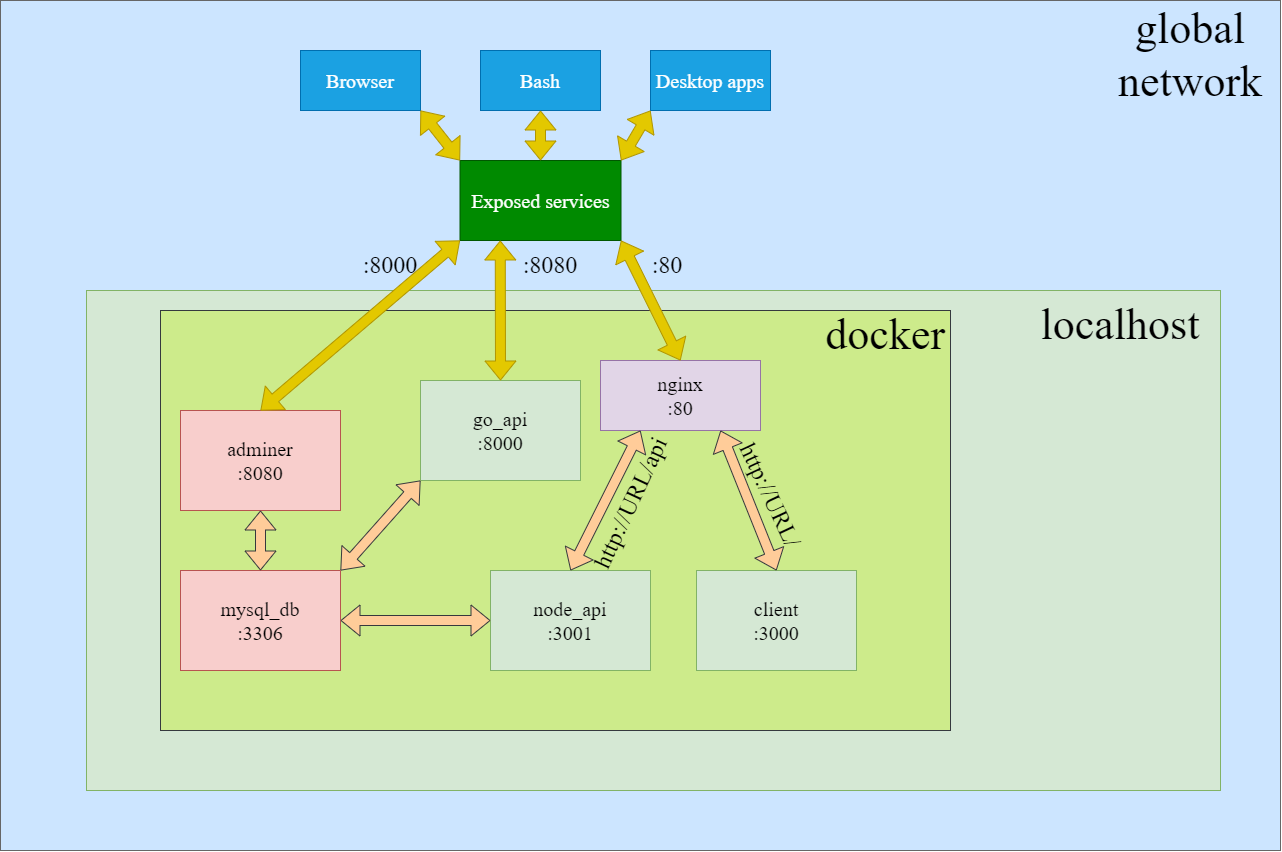
RomaZherko21/NoName keeps this draw.io diagram as diagrams/docker-services.png. Above is the earlier version. Source tidied: cells renumbered, new cells last; positions are measured from the earlier drawing's top-left corner, leaving out a move shared by most shapes.
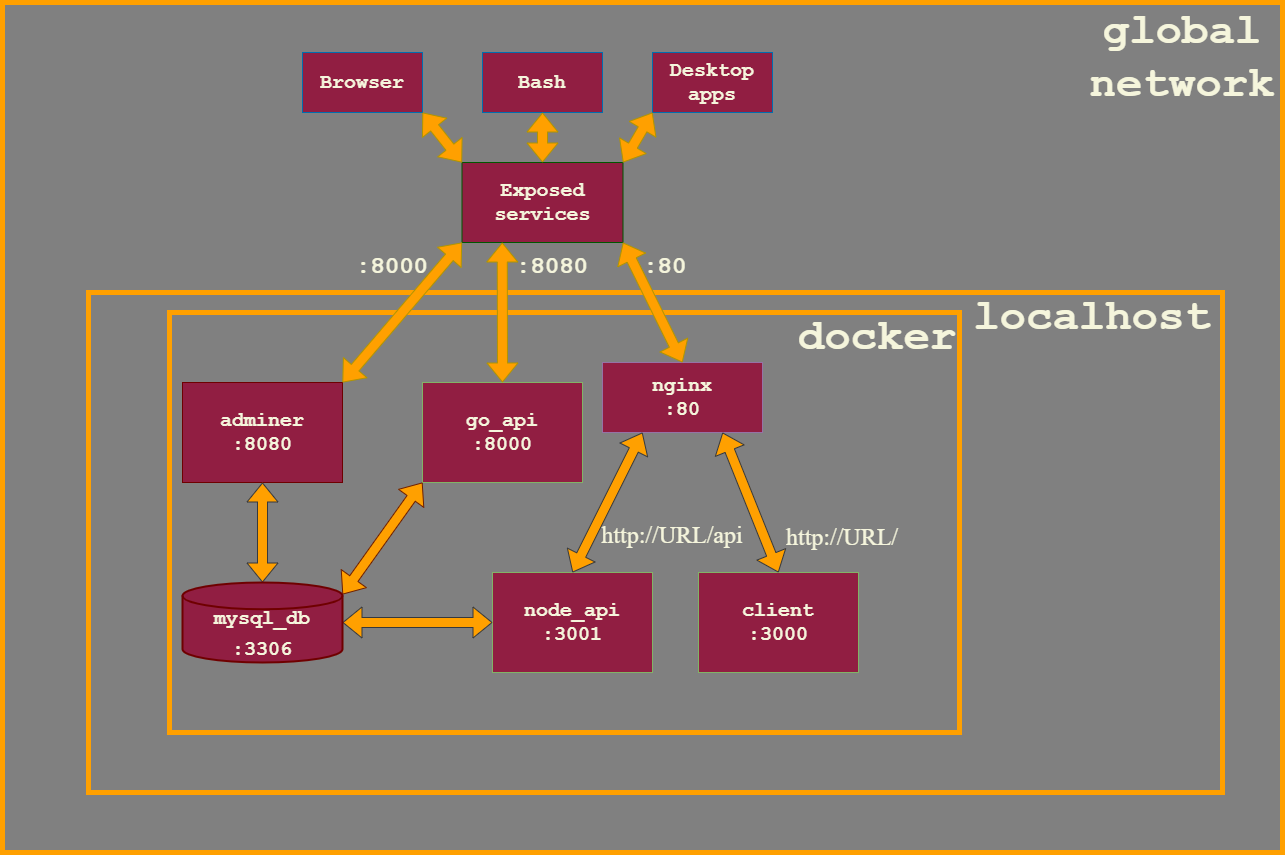
The same diagram one commit later.

What changed in the source:
```diff
@@ -4,3 +4,3 @@
     <mxCell id="1" parent="0" />
-    <mxCell id="2" style="rounded=0;whiteSpace=wrap;html=1;labelBackgroundColor=none;strokeColor=#666666;fontSize=20;fillColor=#CCE5FF;fontFamily=Times New Roman;fontColor=#333333;" parent="1" vertex="1">
+    <mxCell id="2" style="rounded=0;whiteSpace=wrap;html=1;labelBackgroundColor=none;strokeColor=#FFA000;fontSize=20;fillColor=#808080;fontFamily=Times New Roman;fontColor=#333333;strokeWidth=5;" parent="1" vertex="1">
       <mxGeometry width="1280" height="850" as="geometry" />
@@ -10,98 +10,100 @@
     </mxCell>
-    <mxCell id="4" style="rounded=0;whiteSpace=wrap;html=1;labelBackgroundColor=none;fontSize=20;fontFamily=Times New Roman;fillColor=#d5e8d4;strokeColor=#82b366;" parent="3" vertex="1">
+    <mxCell id="4" style="rounded=0;whiteSpace=wrap;html=1;labelBackgroundColor=none;fontSize=20;fontFamily=Times New Roman;fillColor=#808080;strokeColor=#FFA000;strokeWidth=5;" parent="3" vertex="1">
       <mxGeometry x="-74" y="-20" width="1134" height="500" as="geometry" />
     </mxCell>
-    <mxCell id="5" style="rounded=0;whiteSpace=wrap;html=1;fontFamily=Times New Roman;fillColor=#cdeb8b;strokeColor=#36393d;" parent="3" vertex="1">
-      <mxGeometry width="790" height="420" as="geometry" />
+    <mxCell id="5" style="rounded=0;whiteSpace=wrap;html=1;fontFamily=Times New Roman;fillColor=#808080;strokeColor=#FFA000;strokeWidth=5;" parent="3" vertex="1">
+      <mxGeometry x="7" width="790" height="420" as="geometry" />
     </mxCell>
-    <mxCell id="6" value="mysql_db&lt;br&gt;:3306" style="rounded=0;whiteSpace=wrap;html=1;fontSize=20;fillColor=#f8cecc;strokeColor=#b85450;fontFamily=Times New Roman;" parent="3" vertex="1">
-      <mxGeometry x="20" y="260" width="160" height="100" as="geometry" />
-    </mxCell>
-    <mxCell id="7" value="nginx&lt;br&gt;:80" style="rounded=0;whiteSpace=wrap;html=1;fontSize=20;fillColor=#e1d5e7;strokeColor=#9673a6;fontFamily=Times New Roman;" parent="3" vertex="1">
+    <mxCell id="7" value="nginx&lt;br&gt;:80" style="rounded=0;whiteSpace=wrap;html=1;fontSize=20;fillColor=#911E42;strokeColor=#9673a6;fontFamily=Courier New;align=center;fontStyle=1;verticalAlign=middle;fontColor=#F5F5DC;" parent="3" vertex="1">
       <mxGeometry x="440" y="50" width="160" height="70" as="geometry" />
     </mxCell>
-    <mxCell id="8" value="go_api&lt;br&gt;:8000" style="rounded=0;whiteSpace=wrap;html=1;fontSize=20;fillColor=#d5e8d4;strokeColor=#82b366;fontFamily=Times New Roman;" parent="3" vertex="1">
+    <mxCell id="8" value="go_api&lt;br&gt;:8000" style="rounded=0;whiteSpace=wrap;html=1;fontSize=20;fillColor=#911E42;strokeColor=#82b366;fontFamily=Courier New;align=center;fontStyle=1;verticalAlign=middle;fontColor=#F5F5DC;" parent="3" vertex="1">
       <mxGeometry x="260" y="70" width="160" height="100" as="geometry" />
     </mxCell>
-    <mxCell id="9" value="node_api&lt;br&gt;:3001" style="rounded=0;whiteSpace=wrap;html=1;fontSize=20;fillColor=#d5e8d4;strokeColor=#82b366;fontFamily=Times New Roman;" parent="3" vertex="1">
+    <mxCell id="9" value="node_api&lt;br&gt;:3001" style="rounded=0;whiteSpace=wrap;html=1;fontSize=20;fillColor=#911E42;strokeColor=#82b366;fontFamily=Courier New;align=center;fontStyle=1;verticalAlign=middle;fontColor=#F5F5DC;" parent="3" vertex="1">
       <mxGeometry x="330" y="260" width="160" height="100" as="geometry" />
     </mxCell>
-    <mxCell id="10" value="client&lt;br&gt;:3000" style="rounded=0;whiteSpace=wrap;html=1;fontSize=20;fillColor=#d5e8d4;strokeColor=#82b366;fontFamily=Times New Roman;" parent="3" vertex="1">
+    <mxCell id="10" value="client&lt;br&gt;:3000" style="rounded=0;whiteSpace=wrap;html=1;fontSize=20;fillColor=#911E42;strokeColor=#82b366;fontFamily=Courier New;align=center;fontStyle=1;verticalAlign=middle;fontColor=#F5F5DC;" parent="3" vertex="1">
       <mxGeometry x="536" y="260" width="160" height="100" as="geometry" />
     </mxCell>
-    <mxCell id="11" value="&lt;p&gt;&lt;font style=&quot;font-size: 24px;&quot;&gt;http://URL/api&lt;/font&gt;&lt;/p&gt;" style="text;html=1;strokeColor=none;fillColor=none;align=center;verticalAlign=middle;whiteSpace=wrap;rounded=0;labelBackgroundColor=none;fontSize=20;fontFamily=Times New Roman;rotation=-65;" parent="3" vertex="1">
-      <mxGeometry x="430" y="170" width="80" height="45" as="geometry" />
+    <mxCell id="11" value="&lt;p&gt;&lt;font style=&quot;font-size: 24px;&quot;&gt;http://URL/api&lt;/font&gt;&lt;/p&gt;" style="text;html=1;strokeColor=none;fillColor=none;align=center;verticalAlign=middle;whiteSpace=wrap;rounded=0;labelBackgroundColor=none;fontSize=20;fontFamily=Times New Roman;rotation=0;fontColor=#F5F5DC;" parent="3" vertex="1">
+      <mxGeometry x="470" y="200" width="80" height="45" as="geometry" />
     </mxCell>
-    <mxCell id="12" value="&lt;p&gt;&lt;font style=&quot;font-size: 24px;&quot;&gt;http://URL/&lt;/font&gt;&lt;/p&gt;" style="text;html=1;strokeColor=none;fillColor=none;align=center;verticalAlign=middle;whiteSpace=wrap;rounded=0;labelBackgroundColor=none;fontSize=20;fontFamily=Times New Roman;rotation=65;" parent="3" vertex="1">
-      <mxGeometry x="580" y="160" width="60" height="50" as="geometry" />
+    <mxCell id="12" value="&lt;p&gt;&lt;font style=&quot;font-size: 24px;&quot;&gt;http://URL/&lt;/font&gt;&lt;/p&gt;" style="text;html=1;strokeColor=none;fillColor=none;align=center;verticalAlign=middle;whiteSpace=wrap;rounded=0;labelBackgroundColor=none;fontSize=20;fontFamily=Times New Roman;rotation=0;fontColor=#F5F5DC;" parent="3" vertex="1">
+      <mxGeometry x="650" y="200" width="60" height="50" as="geometry" />
     </mxCell>
-    <mxCell id="13" value="&lt;span style=&quot;font-size: 44px;&quot;&gt;&lt;font&gt;localhost&lt;/font&gt;&lt;/span&gt;" style="text;html=1;strokeColor=none;fillColor=none;align=center;verticalAlign=middle;whiteSpace=wrap;rounded=0;labelBackgroundColor=none;fontSize=20;fontFamily=Times New Roman;" parent="3" vertex="1">
-      <mxGeometry x="930" width="60" height="30" as="geometry" />
-    </mxCell>
-    <mxCell id="14" value="&lt;font style=&quot;font-size: 44px;&quot;&gt;docker&lt;/font&gt;" style="text;html=1;strokeColor=none;fillColor=none;align=center;verticalAlign=middle;whiteSpace=wrap;rounded=0;fontFamily=Times New Roman;" parent="3" vertex="1">
-      <mxGeometry x="680" y="10" width="90" height="30" as="geometry" />
+    <mxCell id="14" value="&lt;font style=&quot;font-size: 44px;&quot;&gt;docker&lt;/font&gt;" style="text;html=1;strokeColor=none;fillColor=none;align=center;verticalAlign=middle;whiteSpace=wrap;rounded=0;fontFamily=Courier New;fontColor=#F5F5DC;fontStyle=1;" parent="3" vertex="1">
+      <mxGeometry x="670" y="10" width="90" height="30" as="geometry" />
     </mxCell>
-    <mxCell id="15" style="shape=flexArrow;endArrow=classic;startArrow=classic;html=1;rounded=0;fontFamily=Times New Roman;fontSize=44;entryX=0.75;entryY=1;entryDx=0;entryDy=0;exitX=0.5;exitY=0;exitDx=0;exitDy=0;fillColor=#ffcc99;strokeColor=#36393d;" parent="3" edge="1" source="10" target="7">
+    <mxCell id="15" style="shape=flexArrow;endArrow=classic;startArrow=classic;html=1;rounded=0;fontFamily=Times New Roman;fontSize=44;entryX=0.75;entryY=1;entryDx=0;entryDy=0;exitX=0.5;exitY=0;exitDx=0;exitDy=0;fillColor=#FFA000;strokeColor=#36393d;" parent="3" edge="1" source="10" target="7">
       <mxGeometry relative="1" as="geometry" />
     </mxCell>
-    <mxCell id="16" style="shape=flexArrow;endArrow=classic;startArrow=classic;html=1;rounded=0;fontFamily=Times New Roman;fontSize=44;entryX=0.25;entryY=1;entryDx=0;entryDy=0;exitX=0.5;exitY=0;exitDx=0;exitDy=0;fillColor=#ffcc99;strokeColor=#36393d;" parent="3" edge="1" source="9" target="7">
+    <mxCell id="16" style="shape=flexArrow;endArrow=classic;startArrow=classic;html=1;rounded=0;fontFamily=Times New Roman;fontSize=44;entryX=0.25;entryY=1;entryDx=0;entryDy=0;exitX=0.5;exitY=0;exitDx=0;exitDy=0;fillColor=#FFA000;strokeColor=#36393d;" parent="3" edge="1" source="9" target="7">
       <mxGeometry relative="1" as="geometry" />
     </mxCell>
-    <mxCell id="17" style="shape=flexArrow;endArrow=classic;startArrow=classic;html=1;rounded=0;fontFamily=Times New Roman;fontSize=44;entryX=0;entryY=0.5;entryDx=0;entryDy=0;exitX=1;exitY=0.5;exitDx=0;exitDy=0;fillColor=#ffcc99;strokeColor=#36393d;" parent="3" edge="1" source="6" target="9">
+    <mxCell id="17" style="shape=flexArrow;endArrow=classic;startArrow=classic;html=1;rounded=0;fontFamily=Times New Roman;fontSize=44;entryX=0;entryY=0.5;entryDx=0;entryDy=0;exitX=1;exitY=0.5;exitDx=0;exitDy=0;fillColor=#FFA000;strokeColor=#36393d;exitPerimeter=0;" parent="3" edge="1" source="6" target="9">
       <mxGeometry relative="1" as="geometry" />
     </mxCell>
-    <mxCell id="18" style="shape=flexArrow;endArrow=classic;startArrow=classic;html=1;rounded=0;fontFamily=Times New Roman;fontSize=44;entryX=0;entryY=1;entryDx=0;entryDy=0;exitX=1;exitY=0;exitDx=0;exitDy=0;fillColor=#ffcc99;strokeColor=#36393d;" parent="3" edge="1" source="6" target="8">
+    <mxCell id="18" style="shape=flexArrow;endArrow=classic;startArrow=classic;html=1;rounded=0;fontFamily=Times New Roman;fontSize=44;entryX=0;entryY=1;entryDx=0;entryDy=0;exitX=1;exitY=0.15;exitDx=0;exitDy=0;fillColor=#FFA000;strokeColor=#6D1F00;exitPerimeter=0;" parent="3" edge="1" source="6" target="8">
       <mxGeometry relative="1" as="geometry" />
     </mxCell>
-    <mxCell id="19" style="edgeStyle=orthogonalEdgeStyle;rounded=0;jettySize=auto;html=1;fontFamily=Times New Roman;fontSize=44;" parent="3" edge="1" source="20" target="6">
-      <mxGeometry relative="1" as="geometry" />
+    <mxCell id="19" style="edgeStyle=orthogonalEdgeStyle;rounded=0;jettySize=auto;html=1;fontFamily=Times New Roman;fontSize=44;" parent="3" edge="1" source="20">
+      <mxGeometry relative="1" as="geometry">
+        <mxPoint x="100" y="260" as="targetPoint" />
+      </mxGeometry>
     </mxCell>
-    <mxCell id="20" value="adminer&lt;br&gt;:8080" style="rounded=0;whiteSpace=wrap;html=1;fontSize=20;fillColor=#f8cecc;strokeColor=#b85450;align=center;fontFamily=Times New Roman;" parent="3" vertex="1">
-      <mxGeometry x="20" y="100" width="160" height="100" as="geometry" />
+    <mxCell id="20" value="adminer&lt;br&gt;:8080" style="rounded=0;whiteSpace=wrap;html=1;fontSize=20;fillColor=#911E42;strokeColor=#6F0000;align=center;fontFamily=Courier New;fontColor=#F5F5DC;fontStyle=1;verticalAlign=middle;" parent="3" vertex="1">
+      <mxGeometry x="20" y="70" width="160" height="100" as="geometry" />
     </mxCell>
-    <mxCell id="21" style="shape=flexArrow;endArrow=classic;startArrow=classic;html=1;rounded=0;fontFamily=Times New Roman;fontSize=44;exitX=0.5;exitY=0;exitDx=0;exitDy=0;fillColor=#ffcc99;strokeColor=#36393d;entryX=0.5;entryY=1;entryDx=0;entryDy=0;" parent="3" edge="1" source="6" target="20">
+    <mxCell id="21" style="shape=flexArrow;endArrow=classic;startArrow=classic;html=1;rounded=0;fontFamily=Times New Roman;fontSize=44;exitX=0.5;exitY=0;exitDx=0;exitDy=0;fillColor=#FFA000;strokeColor=#36393d;entryX=0.5;entryY=1;entryDx=0;entryDy=0;exitPerimeter=0;" parent="3" edge="1" source="6" target="20">
       <mxGeometry relative="1" as="geometry" />
     </mxCell>
+    <mxCell id="6" value="&lt;span style=&quot;font-size: 20px;&quot;&gt;&lt;br&gt;mysql_db&lt;/span&gt;&lt;br style=&quot;font-size: 20px;&quot;&gt;&lt;span style=&quot;font-size: 20px;&quot;&gt;:3306&lt;/span&gt;" style="strokeWidth=2;html=1;shape=mxgraph.flowchart.database;whiteSpace=wrap;fillColor=#911E42;strokeColor=#6F0000;fontColor=#F5F5DC;align=center;fontStyle=1;verticalAlign=middle;fontFamily=Courier New;" parent="3" vertex="1">
+      <mxGeometry x="20" y="270" width="160" height="80" as="geometry" />
+    </mxCell>
-    <mxCell id="22" value="Browser" style="rounded=0;whiteSpace=wrap;html=1;fontSize=20;fillColor=#1ba1e2;fontColor=#ffffff;strokeColor=#006EAF;fontFamily=Times New Roman;" parent="1" vertex="1">
+    <mxCell id="22" value="Browser" style="rounded=0;whiteSpace=wrap;html=1;fontSize=20;fillColor=#911E42;fontColor=#F5F5DC;strokeColor=#006EAF;fontFamily=Courier New;fontStyle=1;" parent="1" vertex="1">
       <mxGeometry x="300" y="50" width="120" height="60" as="geometry" />
     </mxCell>
-    <mxCell id="23" value="Bash" style="rounded=0;whiteSpace=wrap;html=1;fontSize=20;fillColor=#1ba1e2;fontColor=#ffffff;strokeColor=#006EAF;fontFamily=Times New Roman;" parent="1" vertex="1">
+    <mxCell id="23" value="Bash" style="rounded=0;whiteSpace=wrap;html=1;fontSize=20;fillColor=#911E42;fontColor=#F5F5DC;strokeColor=#006EAF;fontFamily=Courier New;fontStyle=1;" parent="1" vertex="1">
       <mxGeometry x="480" y="50" width="120" height="60" as="geometry" />
     </mxCell>
-    <mxCell id="24" value="Desktop apps" style="rounded=0;whiteSpace=wrap;html=1;fontSize=20;fillColor=#1ba1e2;fontColor=#ffffff;strokeColor=#006EAF;fontFamily=Times New Roman;" parent="1" vertex="1">
+    <mxCell id="24" value="Desktop apps" style="rounded=0;whiteSpace=wrap;html=1;fontSize=20;fillColor=#911E42;fontColor=#F5F5DC;strokeColor=#006EAF;fontFamily=Courier New;fontStyle=1;" parent="1" vertex="1">
       <mxGeometry x="650" y="50" width="120" height="60" as="geometry" />
     </mxCell>
-    <mxCell id="25" value="Exposed services" style="rounded=0;whiteSpace=wrap;html=1;fontSize=20;fillColor=#008a00;fontColor=#ffffff;strokeColor=#005700;fontFamily=Times New Roman;" parent="1" vertex="1">
+    <mxCell id="25" value="Exposed services" style="rounded=0;whiteSpace=wrap;html=1;fontSize=20;fillColor=#911E42;fontColor=#F5F5DC;strokeColor=#005700;fontFamily=Courier New;fontStyle=1;" parent="1" vertex="1">
       <mxGeometry x="459.5" y="160" width="161" height="80" as="geometry" />
     </mxCell>
-    <mxCell id="26" style="shape=flexArrow;endArrow=classic;startArrow=classic;html=1;rounded=0;fontSize=20;fillColor=#e3c800;strokeColor=#B09500;exitX=1;exitY=0;exitDx=0;exitDy=0;fontFamily=Times New Roman;entryX=0;entryY=1;entryDx=0;entryDy=0;" parent="1" edge="1" source="25" target="24">
+    <mxCell id="26" style="shape=flexArrow;endArrow=classic;startArrow=classic;html=1;rounded=0;fontSize=20;fillColor=#FFA000;strokeColor=#B09500;exitX=1;exitY=0;exitDx=0;exitDy=0;fontFamily=Times New Roman;entryX=0;entryY=1;entryDx=0;entryDy=0;" parent="1" edge="1" source="25" target="24">
       <mxGeometry relative="1" as="geometry" />
     </mxCell>
-    <mxCell id="27" style="shape=flexArrow;endArrow=classic;startArrow=classic;html=1;rounded=0;fontSize=20;fillColor=#e3c800;strokeColor=#B09500;exitX=0.5;exitY=0;exitDx=0;exitDy=0;fontFamily=Times New Roman;entryX=0.5;entryY=1;entryDx=0;entryDy=0;" parent="1" edge="1" source="25" target="23">
+    <mxCell id="27" style="shape=flexArrow;endArrow=classic;startArrow=classic;html=1;rounded=0;fontSize=20;fillColor=#FFA000;strokeColor=#B09500;exitX=0.5;exitY=0;exitDx=0;exitDy=0;fontFamily=Times New Roman;entryX=0.5;entryY=1;entryDx=0;entryDy=0;" parent="1" edge="1" source="25" target="23">
       <mxGeometry relative="1" as="geometry" />
     </mxCell>
-    <mxCell id="28" style="shape=flexArrow;endArrow=classic;startArrow=classic;html=1;rounded=0;fontSize=20;fillColor=#e3c800;strokeColor=#B09500;fontFamily=Times New Roman;exitX=0;exitY=0;exitDx=0;exitDy=0;entryX=1;entryY=1;entryDx=0;entryDy=0;" parent="1" edge="1" source="25" target="22">
+    <mxCell id="28" style="shape=flexArrow;endArrow=classic;startArrow=classic;html=1;rounded=0;fontSize=20;fillColor=#FFA000;strokeColor=#B09500;fontFamily=Times New Roman;exitX=0;exitY=0;exitDx=0;exitDy=0;entryX=1;entryY=1;entryDx=0;entryDy=0;" parent="1" edge="1" source="25" target="22">
       <mxGeometry relative="1" as="geometry" />
     </mxCell>
-    <mxCell id="29" value="&lt;font style=&quot;font-size: 24px;&quot;&gt;:8000&lt;/font&gt;" style="text;html=1;strokeColor=none;fillColor=none;align=center;verticalAlign=middle;whiteSpace=wrap;rounded=0;labelBackgroundColor=none;fontSize=20;fontColor=#000000;fontFamily=Times New Roman;rotation=0;" parent="1" vertex="1">
+    <mxCell id="29" value="&lt;font style=&quot;font-size: 24px;&quot;&gt;:8000&lt;/font&gt;" style="text;html=1;strokeColor=none;fillColor=none;align=center;verticalAlign=middle;whiteSpace=wrap;rounded=0;labelBackgroundColor=none;fontSize=20;fontColor=#F5F5DC;fontFamily=Courier New;rotation=0;fontStyle=1;" parent="1" vertex="1">
       <mxGeometry x="360" y="250" width="60" height="30" as="geometry" />
     </mxCell>
-    <mxCell id="30" value="&lt;font style=&quot;font-size: 24px;&quot;&gt;:8080&lt;/font&gt;" style="text;html=1;strokeColor=none;fillColor=none;align=center;verticalAlign=middle;whiteSpace=wrap;rounded=0;labelBackgroundColor=none;fontSize=20;fontColor=#000000;fontFamily=Times New Roman;rotation=0;" parent="1" vertex="1">
+    <mxCell id="30" value="&lt;font style=&quot;font-size: 24px;&quot;&gt;:8080&lt;/font&gt;" style="text;html=1;strokeColor=none;fillColor=none;align=center;verticalAlign=middle;whiteSpace=wrap;rounded=0;labelBackgroundColor=none;fontSize=20;fontColor=#F5F5DC;fontFamily=Courier New;rotation=0;fontStyle=1;" parent="1" vertex="1">
       <mxGeometry x="520" y="250" width="60" height="30" as="geometry" />
     </mxCell>
-    <mxCell id="31" value="&lt;font style=&quot;font-size: 24px;&quot;&gt;:80&amp;nbsp;&lt;/font&gt;" style="text;html=1;strokeColor=none;fillColor=none;align=center;verticalAlign=middle;whiteSpace=wrap;rounded=0;labelBackgroundColor=none;fontSize=20;fontColor=#000000;fontFamily=Times New Roman;rotation=0;" parent="1" vertex="1">
+    <mxCell id="31" value="&lt;font style=&quot;font-size: 24px;&quot;&gt;:80&amp;nbsp;&lt;/font&gt;" style="text;html=1;strokeColor=none;fillColor=none;align=center;verticalAlign=middle;whiteSpace=wrap;rounded=0;labelBackgroundColor=none;fontSize=20;fontColor=#F5F5DC;fontFamily=Courier New;rotation=0;fontStyle=1;" parent="1" vertex="1">
       <mxGeometry x="640" y="250" width="60" height="30" as="geometry" />
     </mxCell>
-    <mxCell id="32" value="&lt;font style=&quot;font-size: 44px;&quot;&gt;global&lt;br&gt;network&lt;/font&gt;" style="text;html=1;strokeColor=none;fillColor=none;align=center;verticalAlign=middle;whiteSpace=wrap;rounded=0;labelBackgroundColor=none;fontSize=20;fontFamily=Times New Roman;" parent="1" vertex="1">
-      <mxGeometry x="1160" y="40" width="60" height="30" as="geometry" />
+    <mxCell id="32" value="&lt;font style=&quot;font-size: 44px;&quot;&gt;global&lt;br&gt;network&lt;/font&gt;" style="text;html=1;strokeColor=none;fillColor=none;align=center;verticalAlign=middle;whiteSpace=wrap;rounded=0;labelBackgroundColor=none;fontSize=20;fontFamily=Courier New;fontColor=#F5F5DC;fontStyle=1;" parent="1" vertex="1">
+      <mxGeometry x="1150" y="40" width="60" height="30" as="geometry" />
     </mxCell>
-    <mxCell id="33" style="shape=flexArrow;endArrow=classic;startArrow=classic;html=1;rounded=0;fontFamily=Times New Roman;fontSize=44;entryX=0.25;entryY=1;entryDx=0;entryDy=0;exitX=0.5;exitY=0;exitDx=0;exitDy=0;fillColor=#e3c800;strokeColor=#B09500;" parent="1" edge="1" source="8" target="25">
+    <mxCell id="33" style="shape=flexArrow;endArrow=classic;startArrow=classic;html=1;rounded=0;fontFamily=Times New Roman;fontSize=44;entryX=0.25;entryY=1;entryDx=0;entryDy=0;exitX=0.5;exitY=0;exitDx=0;exitDy=0;fillColor=#FFA000;strokeColor=#B09500;" parent="1" edge="1" source="8" target="25">
       <mxGeometry relative="1" as="geometry" />
     </mxCell>
-    <mxCell id="34" style="shape=flexArrow;endArrow=classic;startArrow=classic;html=1;rounded=0;fontFamily=Times New Roman;fontSize=44;entryX=0;entryY=1;entryDx=0;entryDy=0;exitX=0.5;exitY=0;exitDx=0;exitDy=0;fillColor=#e3c800;strokeColor=#B09500;" parent="1" edge="1" source="20" target="25">
+    <mxCell id="34" style="shape=flexArrow;endArrow=classic;startArrow=classic;html=1;rounded=0;fontFamily=Times New Roman;fontSize=44;entryX=0;entryY=1;entryDx=0;entryDy=0;exitX=1;exitY=0;exitDx=0;exitDy=0;fillColor=#FFA000;strokeColor=#B09500;" parent="1" edge="1" source="20" target="25">
       <mxGeometry relative="1" as="geometry" />
     </mxCell>
-    <mxCell id="35" style="shape=flexArrow;endArrow=classic;startArrow=classic;html=1;rounded=0;fontFamily=Times New Roman;fontSize=44;entryX=1;entryY=1;entryDx=0;entryDy=0;exitX=0.5;exitY=0;exitDx=0;exitDy=0;fillColor=#e3c800;strokeColor=#B09500;" parent="1" edge="1" source="7" target="25">
+    <mxCell id="35" style="shape=flexArrow;endArrow=classic;startArrow=classic;html=1;rounded=0;fontFamily=Times New Roman;fontSize=44;entryX=1;entryY=1;entryDx=0;entryDy=0;exitX=0.5;exitY=0;exitDx=0;exitDy=0;fillColor=#FFA000;strokeColor=#B09500;" parent="1" edge="1" source="7" target="25">
       <mxGeometry relative="1" as="geometry" />
     </mxCell>
+    <mxCell id="13" value="&lt;span style=&quot;font-size: 44px;&quot;&gt;&lt;font&gt;localhost&lt;/font&gt;&lt;/span&gt;" style="text;html=1;strokeColor=none;fillColor=none;align=center;verticalAlign=middle;whiteSpace=wrap;rounded=0;labelBackgroundColor=none;fontSize=20;fontFamily=Courier New;fontColor=#F5F5DC;fontStyle=1;" parent="1" vertex="1">
+      <mxGeometry x="1060" y="300" width="60" height="30" as="geometry" />
+    </mxCell>
   </root>
```
